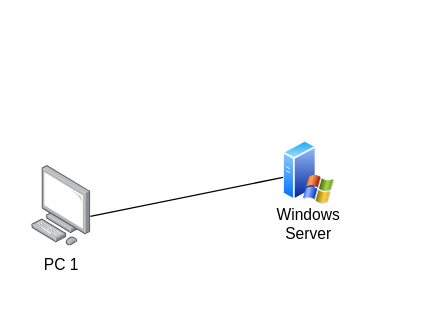
Earlier version of the draw.io diagram topology.drawio (korompayb/vizsgaremek2026). Source tidied: cells renumbered, new cells numbered last; positions are measured from the earlier drawing's top-left corner, leaving out a move shared by most shapes. Both pictures are drawn from the tidied source at 130%, with x=0, y=0 at pixel (22, 139). Pictures stored in the file or linked from it are replaced by grey dashed boxes.
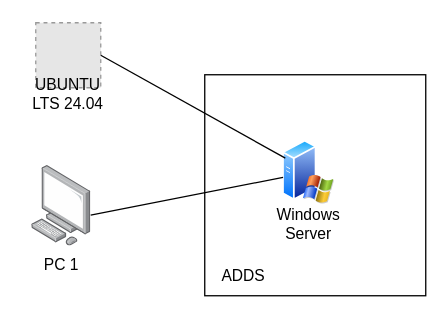
Above is the later version.

Diff of the diagram source:
```diff
@@
 <mxGraphModel>
   <root>
     <mxCell id="0" />
     <mxCell id="1" parent="0" />
     <mxCell id="2" style="group;" parent="1" vertex="1">
       <mxGeometry y="20" width="60" height="92" as="geometry" />
     </mxCell>
     <mxCell id="3" style="image;points=[];html=1;align=center;shadow=0;dashed=0;image=img/lib/allied_telesis/computer_and_terminals/Personal_Computer.svg;" parent="2" vertex="1">
       <mxGeometry x="7" width="45.6" height="61.8" as="geometry" />
     </mxCell>
     <mxCell id="4" value="PC 1" style="text;html=1;whiteSpace=wrap;strokeColor=none;fillColor=none;align=center;verticalAlign=middle;rounded=0;" parent="2" vertex="1">
       <mxGeometry y="62" width="60" height="30" as="geometry" />
     </mxCell>
     <mxCell id="5" style="group;" parent="1" vertex="1">
-      <mxGeometry x="190" width="60" height="80" as="geometry" />
+      <mxGeometry x="190" width="120" height="120" as="geometry" />
     </mxCell>
     <mxCell id="6" style="image;perimeter=ellipsePerimeter;html=1;align=center;shadow=0;dashed=0;spacingTop=3;image=img/lib/active_directory/windows_server_2.svg;" parent="5" vertex="1">
       <mxGeometry x="10" width="40" height="50" as="geometry" />
     </mxCell>
     <mxCell id="7" value="Windows Server" style="text;html=1;whiteSpace=wrap;strokeColor=none;fillColor=none;align=center;verticalAlign=middle;rounded=0;" parent="5" vertex="1">
       <mxGeometry y="50" width="60" height="30" as="geometry" />
     </mxCell>
+    <mxCell id="9" style="whiteSpace=wrap;html=1;fillColor=none;" parent="5" vertex="1">
+      <mxGeometry x="-50" y="-50" width="170" height="170" as="geometry" />
+    </mxCell>
+    <mxCell id="10" value="ADDS" style="text;html=1;whiteSpace=wrap;strokeColor=none;fillColor=none;align=center;verticalAlign=middle;rounded=0;" parent="5" vertex="1">
+      <mxGeometry x="-50" y="90" width="60" height="30" as="geometry" />
+    </mxCell>
-    <mxCell id="8" style="endArrow=none;html=1;rounded=0;entryX=0.987;entryY=0.631;entryDx=0;entryDy=0;entryPerimeter=0;" parent="1" edge="1" source="6" target="3">
+    <mxCell id="8" style="endArrow=none;html=1;rounded=0;entryX=0.992;entryY=0.615;entryDx=0;entryDy=0;entryPerimeter=0;" parent="1" edge="1" source="6" target="3">
       <mxGeometry relative="1" as="geometry" />
     </mxCell>
+    <mxCell id="11" style="fillColor=#E6E6E6;strokeColor=#999999;dashed=1;html=1;verticalAlign=top;verticalLabelPosition=bottom;labelBackgroundColor=#ffffff;" parent="1" vertex="1">
+      <mxGeometry x="10" y="-90" width="50" height="50" as="geometry" />
+    </mxCell>
+    <mxCell id="12" style="endArrow=none;html=1;rounded=0;entryX=0;entryY=0.25;entryDx=0;entryDy=0;exitX=1;exitY=0.5;exitDx=0;exitDy=0;" parent="1" edge="1" source="11" target="6">
+      <mxGeometry relative="1" as="geometry" />
+    </mxCell>
+    <mxCell id="13" value="UBUNTU LTS 24.04" style="text;html=1;whiteSpace=wrap;strokeColor=none;fillColor=none;align=center;verticalAlign=middle;rounded=0;" parent="1" vertex="1">
+      <mxGeometry x="5" y="-50" width="60" height="30" as="geometry" />
+    </mxCell>
   </root>
 </mxGraphModel>
```
